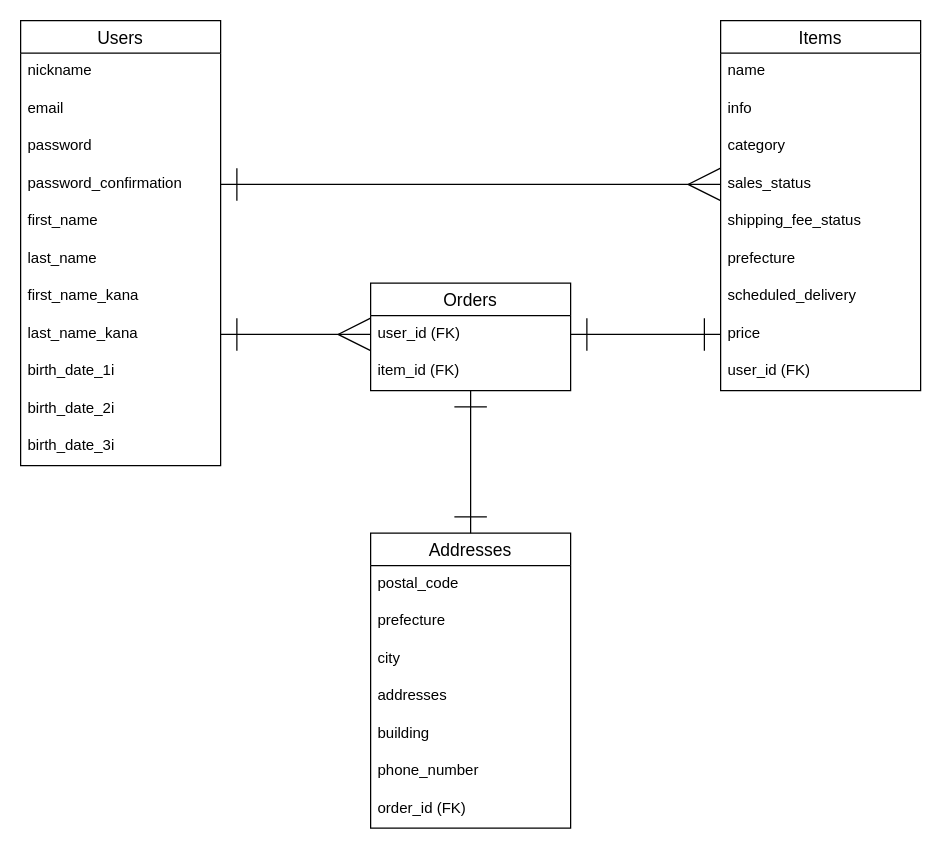
This is er.dio from tomokazu-sema/furima-37687, a draw.io file, before an edit. Source tidied: cells renumbered, new cells numbered last; positions are measured from the earlier drawing's top-left corner, leaving out a move shared by most shapes. Both pictures are drawn from the tidied source at 125%, with x=0, y=0 at pixel (20, 20).
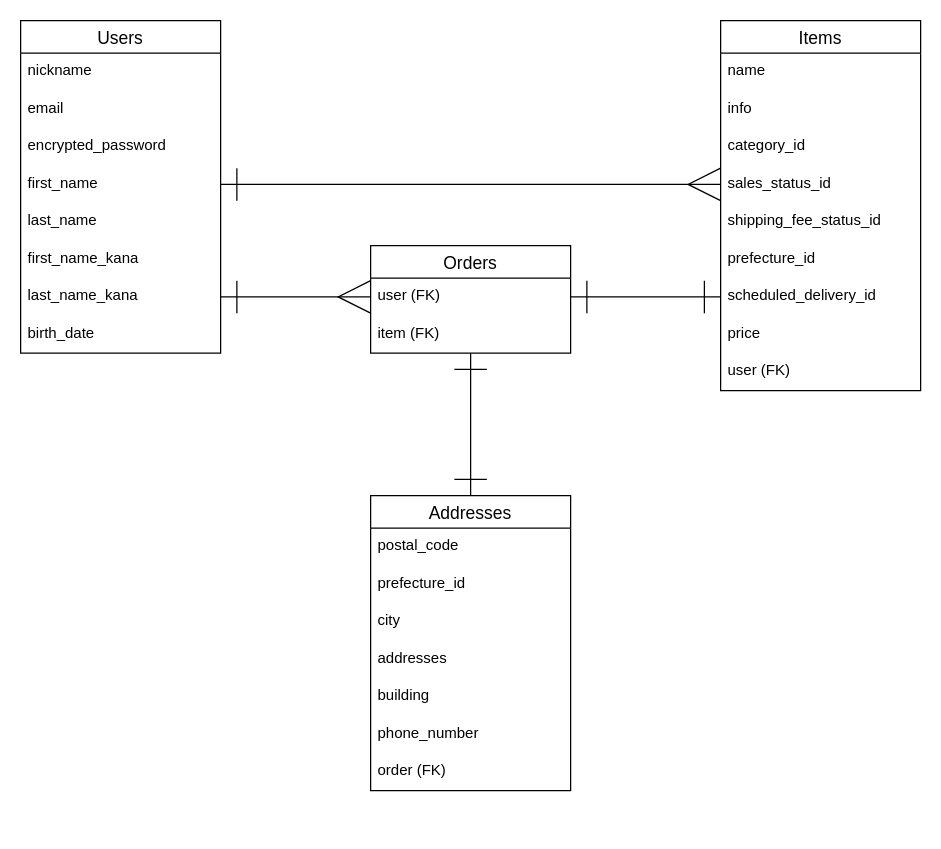
After the change.

Unchanged cells that the change refers to:
```xml
<mxCell id="14" value="Items" style="swimlane;fontStyle=0;horizontal=1;startSize=26;align=center;fontSize=14;" parent="1" vertex="1">
  <mxGeometry x="560" width="160" height="296" as="geometry" />
</mxCell>
<mxCell id="22" value="price" style="text;strokeColor=none;fillColor=none;spacingLeft=4;spacingRight=4;overflow=hidden;points=[[0,0.5],[1,0.5]];portConstraint=eastwest;fontSize=12;" parent="14" vertex="1">
  <mxGeometry y="236" width="160" height="30" as="geometry" />
</mxCell>
```

Change to the diagram source:
```diff
@@
     <mxCell id="2" value="Users" style="swimlane;fontStyle=0;horizontal=1;startSize=26;align=center;fontSize=14;" parent="1" vertex="1">
-      <mxGeometry width="160" height="356" as="geometry" />
+      <mxGeometry width="160" height="266" as="geometry" />
     </mxCell>
@@
-    <mxCell id="5" value="password" style="text;strokeColor=none;fillColor=none;spacingLeft=4;spacingRight=4;overflow=hidden;fontSize=12;" parent="2" vertex="1">
-      <mxGeometry y="86" width="160" height="30" as="geometry" />
-    </mxCell>
-    <mxCell id="6" value="password_confirmation" style="text;strokeColor=none;fillColor=none;spacingLeft=4;spacingRight=4;overflow=hidden;points=[[0,0.5],[1,0.5]];portConstraint=eastwest;fontSize=12;" parent="2" vertex="1">
-      <mxGeometry y="116" width="160" height="30" as="geometry" />
+    <mxCell id="6" value="encrypted_password" style="text;strokeColor=none;fillColor=none;spacingLeft=4;spacingRight=4;overflow=hidden;points=[[0,0.5],[1,0.5]];portConstraint=eastwest;fontSize=12;" parent="2" vertex="1">
+      <mxGeometry y="86" width="160" height="30" as="geometry" />
     </mxCell>
     <mxCell id="7" value="first_name" style="text;strokeColor=none;fillColor=none;spacingLeft=4;spacingRight=4;overflow=hidden;points=[[0,0.5],[1,0.5]];portConstraint=eastwest;fontSize=12;" parent="2" vertex="1">
-      <mxGeometry y="146" width="160" height="30" as="geometry" />
+      <mxGeometry y="116" width="160" height="30" as="geometry" />
     </mxCell>
     <mxCell id="8" value="last_name" style="text;strokeColor=none;fillColor=none;spacingLeft=4;spacingRight=4;overflow=hidden;fontSize=12;" parent="2" vertex="1">
-      <mxGeometry y="176" width="160" height="30" as="geometry" />
+      <mxGeometry y="146" width="160" height="30" as="geometry" />
     </mxCell>
     <mxCell id="9" value="first_name_kana" style="text;strokeColor=none;fillColor=none;spacingLeft=4;spacingRight=4;overflow=hidden;fontSize=12;" parent="2" vertex="1">
-      <mxGeometry y="206" width="160" height="30" as="geometry" />
+      <mxGeometry y="176" width="160" height="30" as="geometry" />
     </mxCell>
     <mxCell id="10" value="last_name_kana" style="text;strokeColor=none;fillColor=none;spacingLeft=4;spacingRight=4;overflow=hidden;points=[[0,0.5],[1,0.5]];portConstraint=eastwest;fontSize=12;" parent="2" vertex="1">
-      <mxGeometry y="236" width="160" height="30" as="geometry" />
+      <mxGeometry y="206" width="160" height="30" as="geometry" />
     </mxCell>
-    <mxCell id="11" value="birth_date_1i" style="text;strokeColor=none;fillColor=none;spacingLeft=4;spacingRight=4;overflow=hidden;fontSize=12;" parent="2" vertex="1">
-      <mxGeometry y="266" width="160" height="30" as="geometry" />
+    <mxCell id="11" value="birth_date" style="text;strokeColor=none;fillColor=none;spacingLeft=4;spacingRight=4;overflow=hidden;fontSize=12;" parent="2" vertex="1">
+      <mxGeometry y="236" width="160" height="30" as="geometry" />
     </mxCell>
-    <mxCell id="12" value="birth_date_2i&#10;" style="text;strokeColor=none;fillColor=none;spacingLeft=4;spacingRight=4;overflow=hidden;fontSize=12;" parent="2" vertex="1">
-      <mxGeometry y="296" width="160" height="30" as="geometry" />
-    </mxCell>
-    <mxCell id="13" value="birth_date_3i&#10;" style="text;strokeColor=none;fillColor=none;spacingLeft=4;spacingRight=4;overflow=hidden;fontSize=12;" parent="2" vertex="1">
-      <mxGeometry y="326" width="160" height="30" as="geometry" />
-    </mxCell>
@@
-    <mxCell id="17" value="category" style="text;strokeColor=none;fillColor=none;spacingLeft=4;spacingRight=4;overflow=hidden;fontSize=12;" parent="14" vertex="1">
+    <mxCell id="17" value="category_id" style="text;strokeColor=none;fillColor=none;spacingLeft=4;spacingRight=4;overflow=hidden;fontSize=12;" parent="14" vertex="1">
       <mxGeometry y="86" width="160" height="30" as="geometry" />
     </mxCell>
-    <mxCell id="18" value="sales_status" style="text;strokeColor=none;fillColor=none;spacingLeft=4;spacingRight=4;overflow=hidden;points=[[0,0.5],[1,0.5]];portConstraint=eastwest;fontSize=12;" parent="14" vertex="1">
+    <mxCell id="18" value="sales_status_id" style="text;strokeColor=none;fillColor=none;spacingLeft=4;spacingRight=4;overflow=hidden;points=[[0,0.5],[1,0.5]];portConstraint=eastwest;fontSize=12;" parent="14" vertex="1">
       <mxGeometry y="116" width="160" height="30" as="geometry" />
     </mxCell>
-    <mxCell id="19" value="shipping_fee_status" style="text;strokeColor=none;fillColor=none;spacingLeft=4;spacingRight=4;overflow=hidden;fontSize=12;" parent="14" vertex="1">
+    <mxCell id="19" value="shipping_fee_status_id" style="text;strokeColor=none;fillColor=none;spacingLeft=4;spacingRight=4;overflow=hidden;fontSize=12;" parent="14" vertex="1">
       <mxGeometry y="146" width="160" height="30" as="geometry" />
     </mxCell>
-    <mxCell id="20" value="prefecture" style="text;strokeColor=none;fillColor=none;spacingLeft=4;spacingRight=4;overflow=hidden;fontSize=12;" parent="14" vertex="1">
+    <mxCell id="20" value="prefecture_id" style="text;strokeColor=none;fillColor=none;spacingLeft=4;spacingRight=4;overflow=hidden;fontSize=12;" parent="14" vertex="1">
       <mxGeometry y="176" width="160" height="30" as="geometry" />
     </mxCell>
-    <mxCell id="21" value="scheduled_delivery" style="text;strokeColor=none;fillColor=none;spacingLeft=4;spacingRight=4;overflow=hidden;points=[[0,0.5],[1,0.5]];portConstraint=eastwest;fontSize=12;" parent="14" vertex="1">
+    <mxCell id="21" value="scheduled_delivery_id" style="text;strokeColor=none;fillColor=none;spacingLeft=4;spacingRight=4;overflow=hidden;points=[[0,0.5],[1,0.5]];portConstraint=eastwest;fontSize=12;" parent="14" vertex="1">
       <mxGeometry y="206" width="160" height="30" as="geometry" />
     </mxCell>
@@
-    <mxCell id="23" value="user_id (FK)" style="text;strokeColor=none;fillColor=none;spacingLeft=4;spacingRight=4;overflow=hidden;fontSize=12;" parent="14" vertex="1">
+    <mxCell id="23" value="user (FK)" style="text;strokeColor=none;fillColor=none;spacingLeft=4;spacingRight=4;overflow=hidden;fontSize=12;" parent="14" vertex="1">
       <mxGeometry y="266" width="160" height="30" as="geometry" />
     </mxCell>
     <mxCell id="24" value="Addresses" style="swimlane;fontStyle=0;horizontal=1;startSize=26;align=center;fontSize=14;" parent="1" vertex="1">
-      <mxGeometry x="280" y="410" width="160" height="236" as="geometry" />
+      <mxGeometry x="280" y="380" width="160" height="236" as="geometry" />
     </mxCell>
@@
-    <mxCell id="26" value="prefecture" style="text;strokeColor=none;fillColor=none;spacingLeft=4;spacingRight=4;overflow=hidden;fontSize=12;" parent="24" vertex="1">
+    <mxCell id="26" value="prefecture_id" style="text;strokeColor=none;fillColor=none;spacingLeft=4;spacingRight=4;overflow=hidden;fontSize=12;" parent="24" vertex="1">
       <mxGeometry y="56" width="160" height="30" as="geometry" />
     </mxCell>
@@
-    <mxCell id="31" value="order_id (FK)" style="text;strokeColor=none;fillColor=none;spacingLeft=4;spacingRight=4;overflow=hidden;fontSize=12;" parent="24" vertex="1">
+    <mxCell id="31" value="order (FK)" style="text;strokeColor=none;fillColor=none;spacingLeft=4;spacingRight=4;overflow=hidden;fontSize=12;" parent="24" vertex="1">
       <mxGeometry y="206" width="160" height="30" as="geometry" />
     </mxCell>
-    <mxCell id="32" style="edgeStyle=none;html=1;entryX=0;entryY=0.5;entryDx=0;entryDy=0;startArrow=ERone;startFill=0;endArrow=ERmany;endFill=0;startSize=24;endSize=24;exitX=1;exitY=0.5;exitDx=0;exitDy=0;" parent="1" edge="1" source="6" target="18">
+    <mxCell id="32" style="edgeStyle=none;html=1;entryX=0;entryY=0.5;entryDx=0;entryDy=0;startArrow=ERone;startFill=0;endArrow=ERmany;endFill=0;startSize=24;endSize=24;exitX=1;exitY=0.5;exitDx=0;exitDy=0;" parent="1" edge="1" source="7" target="18">
       <mxGeometry relative="1" as="geometry">
         <Array as="points">
           <mxPoint x="240" y="131" />
           <mxPoint x="360" y="131" />
         </Array>
       </mxGeometry>
     </mxCell>
@@
     <mxCell id="34" value="Orders" style="swimlane;fontStyle=0;horizontal=1;startSize=26;align=center;fontSize=14;" parent="1" vertex="1">
-      <mxGeometry x="280" y="210" width="160" height="86" as="geometry" />
+      <mxGeometry x="280" y="180" width="160" height="86" as="geometry" />
     </mxCell>
-    <mxCell id="35" value="user_id (FK)" style="text;strokeColor=none;fillColor=none;spacingLeft=4;spacingRight=4;overflow=hidden;points=[[0,0.5],[1,0.5]];portConstraint=eastwest;fontSize=12;" parent="34" vertex="1">
+    <mxCell id="35" value="user (FK)" style="text;strokeColor=none;fillColor=none;spacingLeft=4;spacingRight=4;overflow=hidden;points=[[0,0.5],[1,0.5]];portConstraint=eastwest;fontSize=12;" parent="34" vertex="1">
       <mxGeometry y="26" width="160" height="30" as="geometry" />
     </mxCell>
-    <mxCell id="36" value="item_id (FK)" style="text;strokeColor=none;fillColor=none;spacingLeft=4;spacingRight=4;overflow=hidden;fontSize=12;" parent="34" vertex="1">
+    <mxCell id="36" value="item (FK)" style="text;strokeColor=none;fillColor=none;spacingLeft=4;spacingRight=4;overflow=hidden;fontSize=12;" parent="34" vertex="1">
       <mxGeometry y="56" width="160" height="30" as="geometry" />
     </mxCell>
@@
-    <mxCell id="38" style="edgeStyle=orthogonalEdgeStyle;html=1;entryX=0;entryY=0.5;entryDx=0;entryDy=0;startArrow=ERone;startFill=0;endArrow=ERone;endFill=0;startSize=24;endSize=24;exitX=1;exitY=0.5;exitDx=0;exitDy=0;" parent="1" edge="1" source="35" target="22">
+    <mxCell id="38" style="edgeStyle=orthogonalEdgeStyle;html=1;entryX=0;entryY=0.5;entryDx=0;entryDy=0;startArrow=ERone;startFill=0;endArrow=ERone;endFill=0;startSize=24;endSize=24;exitX=1;exitY=0.5;exitDx=0;exitDy=0;" parent="1" edge="1" source="35" target="21">
       <mxGeometry relative="1" as="geometry" />
     </mxCell>
```
